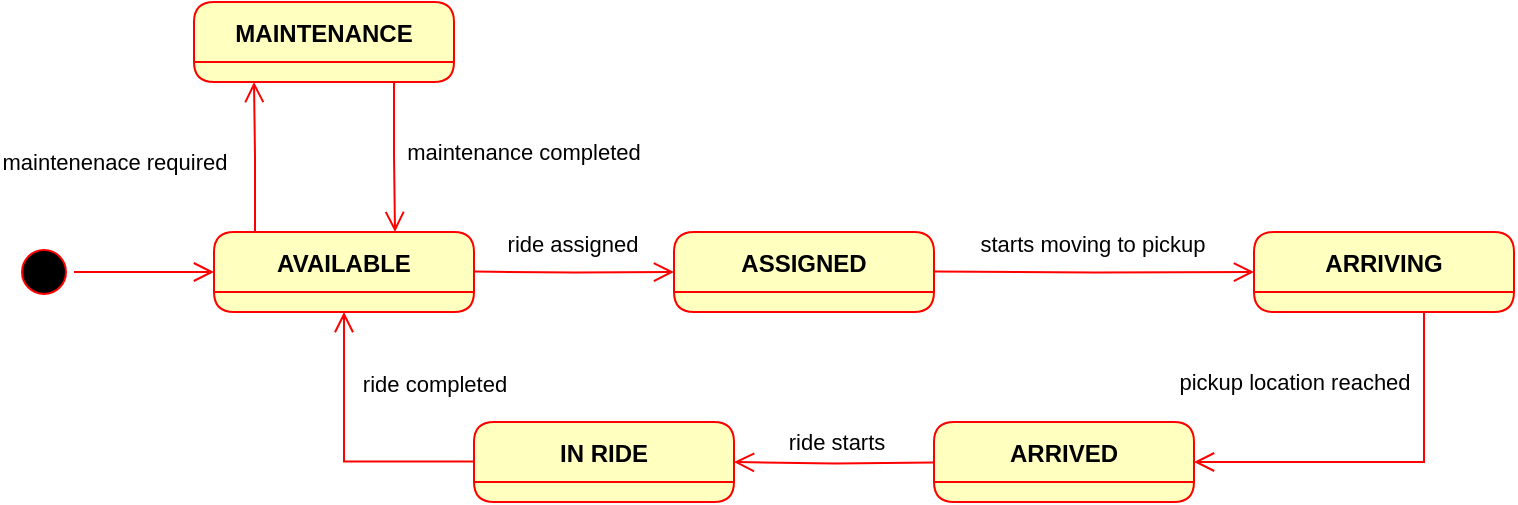
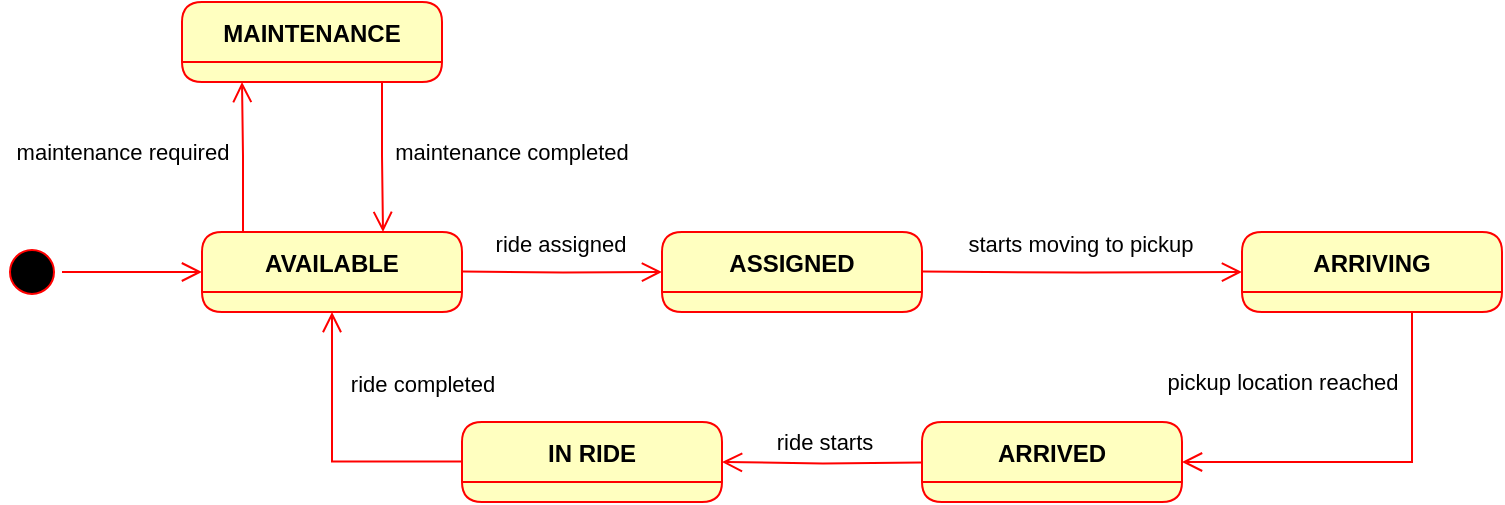
<mxfile host="app.diagrams.net">
  <diagram name="Pagina-1" id="m0ea9uvRru3Q6ZvX4jMl">
-     <mxGraphModel dx="1017" dy="776" grid="1" gridSize="10" guides="1" tooltips="1" connect="1" arrows="1" fold="1" page="1" pageScale="1" pageWidth="827" pageHeight="1169" math="0" shadow="0">
+     <mxGraphModel dx="1133" dy="510" grid="1" gridSize="10" guides="1" tooltips="1" connect="1" arrows="1" fold="1" page="1" pageScale="1" pageWidth="827" pageHeight="1169" math="0" shadow="0">
      <root>
        <mxCell id="0" />
        <mxCell id="1" parent="0" />
        <mxCell id="bNL_Pn7j6eNi4Ta2vI4A-1" parent="1" style="ellipse;html=1;shape=startState;fillColor=#000000;strokeColor=#ff0000;" value="" vertex="1">
          <mxGeometry height="30" width="30" x="70" y="160" as="geometry" />
        </mxCell>
        <mxCell id="bNL_Pn7j6eNi4Ta2vI4A-2" edge="1" parent="1" source="bNL_Pn7j6eNi4Ta2vI4A-1" style="edgeStyle=orthogonalEdgeStyle;html=1;verticalAlign=bottom;endArrow=open;endSize=8;strokeColor=#ff0000;rounded=0;" value="">
          <mxGeometry relative="1" as="geometry">
            <mxPoint x="170" y="175" as="targetPoint" />
          </mxGeometry>
        </mxCell>
        <mxCell id="bNL_Pn7j6eNi4Ta2vI4A-3" parent="1" style="swimlane;fontStyle=1;align=center;verticalAlign=middle;childLayout=stackLayout;horizontal=1;startSize=30;horizontalStack=0;resizeParent=0;resizeLast=1;container=0;fontColor=#000000;collapsible=0;rounded=1;arcSize=30;strokeColor=#ff0000;fillColor=#ffffc0;swimlaneFillColor=#ffffc0;dropTarget=0;" value="AVAILABLE" vertex="1">
          <mxGeometry height="40" width="130" x="170" y="155" as="geometry" />
        </mxCell>
        <mxCell id="bNL_Pn7j6eNi4Ta2vI4A-6" edge="1" parent="1" style="edgeStyle=orthogonalEdgeStyle;html=1;verticalAlign=bottom;endArrow=open;endSize=8;strokeColor=#ff0000;rounded=0;entryX=0;entryY=0.5;entryDx=0;entryDy=0;" target="bNL_Pn7j6eNi4Ta2vI4A-7" value="">
          <mxGeometry relative="1" as="geometry">
            <mxPoint x="300" y="174.8" as="sourcePoint" />
            <mxPoint x="370" y="174.8" as="targetPoint" />
          </mxGeometry>
        </mxCell>
        <mxCell id="bNL_Pn7j6eNi4Ta2vI4A-8" connectable="0" parent="bNL_Pn7j6eNi4Ta2vI4A-6" style="edgeLabel;html=1;align=center;verticalAlign=middle;resizable=0;points=[];" value="ride assigned" vertex="1">
          <mxGeometry relative="1" x="-0.0226" y="2" as="geometry">
            <mxPoint y="-13" as="offset" />
          </mxGeometry>
        </mxCell>
        <mxCell id="bNL_Pn7j6eNi4Ta2vI4A-7" parent="1" style="swimlane;fontStyle=1;align=center;verticalAlign=middle;childLayout=stackLayout;horizontal=1;startSize=30;horizontalStack=0;resizeParent=0;resizeLast=1;container=0;fontColor=#000000;collapsible=0;rounded=1;arcSize=30;strokeColor=#ff0000;fillColor=#ffffc0;swimlaneFillColor=#ffffc0;dropTarget=0;" value="ASSIGNED" vertex="1">
          <mxGeometry height="40" width="130" x="400" y="155" as="geometry" />
        </mxCell>
        <mxCell id="bNL_Pn7j6eNi4Ta2vI4A-15" edge="1" parent="1" style="edgeStyle=orthogonalEdgeStyle;html=1;verticalAlign=bottom;endArrow=open;endSize=8;strokeColor=#ff0000;rounded=0;exitX=0.25;exitY=1;exitDx=0;exitDy=0;" value="">
          <mxGeometry relative="1" as="geometry">
            <Array as="points">
              <mxPoint x="260.5" y="117" />
            </Array>
            <mxPoint x="260" y="80" as="sourcePoint" />
            <mxPoint x="260.5" y="155" as="targetPoint" />
          </mxGeometry>
        </mxCell>
        <mxCell id="bNL_Pn7j6eNi4Ta2vI4A-17" parent="1" style="swimlane;fontStyle=1;align=center;verticalAlign=middle;childLayout=stackLayout;horizontal=1;startSize=30;horizontalStack=0;resizeParent=0;resizeLast=1;container=0;fontColor=#000000;collapsible=0;rounded=1;arcSize=30;strokeColor=#ff0000;fillColor=#ffffc0;swimlaneFillColor=#ffffc0;dropTarget=0;" value="MAINTENANCE" vertex="1">
          <mxGeometry height="40" width="130" x="160" y="40" as="geometry" />
        </mxCell>
        <mxCell id="bNL_Pn7j6eNi4Ta2vI4A-18" edge="1" parent="1" style="edgeStyle=orthogonalEdgeStyle;html=1;verticalAlign=bottom;endArrow=open;endSize=8;strokeColor=#ff0000;rounded=0;exitX=0.25;exitY=1;exitDx=0;exitDy=0;" value="">
          <mxGeometry relative="1" as="geometry">
            <Array as="points">
              <mxPoint x="190.5" y="117" />
            </Array>
            <mxPoint x="190.5" y="155" as="sourcePoint" />
            <mxPoint x="190" y="80" as="targetPoint" />
          </mxGeometry>
        </mxCell>
-         <mxCell id="bNL_Pn7j6eNi4Ta2vI4A-19" connectable="0" parent="bNL_Pn7j6eNi4Ta2vI4A-18" style="edgeLabel;html=1;align=center;verticalAlign=middle;resizable=0;points=[];" value="maintenenace required" vertex="1">
+         <mxCell id="bNL_Pn7j6eNi4Ta2vI4A-19" connectable="0" parent="bNL_Pn7j6eNi4Ta2vI4A-18" style="edgeLabel;html=1;align=center;verticalAlign=middle;resizable=0;points=[];" value="maintenance required" vertex="1">
          <mxGeometry relative="1" x="-0.0226" y="2" as="geometry">
-             <mxPoint x="-69" y="2" as="offset" />
+             <mxPoint x="-59" y="-3" as="offset" />
          </mxGeometry>
        </mxCell>
        <mxCell id="bNL_Pn7j6eNi4Ta2vI4A-20" parent="1" style="text;html=1;whiteSpace=wrap;strokeColor=none;fillColor=none;align=center;verticalAlign=middle;rounded=0;" value="&lt;font style=&quot;font-size: 11px;&quot;&gt;maintenance completed&lt;/font&gt;" vertex="1">
          <mxGeometry height="30" width="150" x="250" y="100" as="geometry" />
        </mxCell>
        <mxCell id="bNL_Pn7j6eNi4Ta2vI4A-21" edge="1" parent="1" style="edgeStyle=orthogonalEdgeStyle;html=1;verticalAlign=bottom;endArrow=open;endSize=8;strokeColor=#ff0000;rounded=0;entryX=0;entryY=0.5;entryDx=0;entryDy=0;" target="bNL_Pn7j6eNi4Ta2vI4A-23" value="">
          <mxGeometry relative="1" as="geometry">
            <mxPoint x="530" y="174.8" as="sourcePoint" />
            <mxPoint x="600" y="174.8" as="targetPoint" />
          </mxGeometry>
        </mxCell>
        <mxCell id="bNL_Pn7j6eNi4Ta2vI4A-22" connectable="0" parent="bNL_Pn7j6eNi4Ta2vI4A-21" style="edgeLabel;html=1;align=center;verticalAlign=middle;resizable=0;points=[];" value="starts moving to pickup" vertex="1">
          <mxGeometry relative="1" x="-0.0226" y="2" as="geometry">
            <mxPoint y="-13" as="offset" />
          </mxGeometry>
        </mxCell>
        <mxCell id="bNL_Pn7j6eNi4Ta2vI4A-23" parent="1" style="swimlane;fontStyle=1;align=center;verticalAlign=middle;childLayout=stackLayout;horizontal=1;startSize=30;horizontalStack=0;resizeParent=0;resizeLast=1;container=0;fontColor=#000000;collapsible=0;rounded=1;arcSize=30;strokeColor=#ff0000;fillColor=#ffffc0;swimlaneFillColor=#ffffc0;dropTarget=0;" value="ARRIVING" vertex="1">
          <mxGeometry height="40" width="130" x="690" y="155" as="geometry" />
        </mxCell>
        <mxCell id="bNL_Pn7j6eNi4Ta2vI4A-24" edge="1" parent="1" style="edgeStyle=orthogonalEdgeStyle;html=1;verticalAlign=bottom;endArrow=open;endSize=8;strokeColor=#ff0000;rounded=0;exitX=0.5;exitY=1;exitDx=0;exitDy=0;entryX=1;entryY=0.5;entryDx=0;entryDy=0;" target="bNL_Pn7j6eNi4Ta2vI4A-26" value="">
          <mxGeometry relative="1" as="geometry">
            <Array as="points">
              <mxPoint x="775" y="270" />
            </Array>
            <mxPoint x="775" y="195" as="sourcePoint" />
            <mxPoint x="670" y="270" as="targetPoint" />
          </mxGeometry>
        </mxCell>
        <mxCell id="bNL_Pn7j6eNi4Ta2vI4A-25" connectable="0" parent="bNL_Pn7j6eNi4Ta2vI4A-24" style="edgeLabel;html=1;align=center;verticalAlign=middle;resizable=0;points=[];" value="pickup location reached" vertex="1">
          <mxGeometry relative="1" x="-0.0226" y="2" as="geometry">
            <mxPoint x="-47" y="-42" as="offset" />
          </mxGeometry>
        </mxCell>
        <mxCell id="bNL_Pn7j6eNi4Ta2vI4A-26" parent="1" style="swimlane;fontStyle=1;align=center;verticalAlign=middle;childLayout=stackLayout;horizontal=1;startSize=30;horizontalStack=0;resizeParent=0;resizeLast=1;container=0;fontColor=#000000;collapsible=0;rounded=1;arcSize=30;strokeColor=#ff0000;fillColor=#ffffc0;swimlaneFillColor=#ffffc0;dropTarget=0;" value="ARRIVED" vertex="1">
          <mxGeometry height="40" width="130" x="530" y="250" as="geometry" />
        </mxCell>
        <mxCell id="bNL_Pn7j6eNi4Ta2vI4A-27" parent="1" style="swimlane;fontStyle=1;align=center;verticalAlign=middle;childLayout=stackLayout;horizontal=1;startSize=30;horizontalStack=0;resizeParent=0;resizeLast=1;container=0;fontColor=#000000;collapsible=0;rounded=1;arcSize=30;strokeColor=#ff0000;fillColor=#ffffc0;swimlaneFillColor=#ffffc0;dropTarget=0;" value="IN RIDE" vertex="1">
          <mxGeometry height="40" width="130" x="300" y="250" as="geometry" />
        </mxCell>
        <mxCell id="bNL_Pn7j6eNi4Ta2vI4A-28" edge="1" parent="1" style="edgeStyle=orthogonalEdgeStyle;html=1;verticalAlign=bottom;endArrow=open;endSize=8;strokeColor=#ff0000;rounded=0;entryX=0;entryY=0.5;entryDx=0;entryDy=0;" value="">
          <mxGeometry relative="1" as="geometry">
            <mxPoint x="530" y="270.2" as="sourcePoint" />
            <mxPoint x="430" y="270" as="targetPoint" />
          </mxGeometry>
        </mxCell>
        <mxCell id="bNL_Pn7j6eNi4Ta2vI4A-29" connectable="0" parent="bNL_Pn7j6eNi4Ta2vI4A-28" style="edgeLabel;html=1;align=center;verticalAlign=middle;resizable=0;points=[];" value="ride starts" vertex="1">
          <mxGeometry relative="1" x="-0.0226" y="2" as="geometry">
            <mxPoint y="-13" as="offset" />
          </mxGeometry>
        </mxCell>
        <mxCell id="bNL_Pn7j6eNi4Ta2vI4A-30" edge="1" parent="1" style="edgeStyle=orthogonalEdgeStyle;html=1;verticalAlign=bottom;endArrow=open;endSize=8;strokeColor=#ff0000;rounded=0;entryX=0.5;entryY=1;entryDx=0;entryDy=0;" target="bNL_Pn7j6eNi4Ta2vI4A-3" value="">
          <mxGeometry relative="1" as="geometry">
            <Array as="points">
              <mxPoint x="235" y="270" />
            </Array>
            <mxPoint x="300" y="269.78" as="sourcePoint" />
            <mxPoint x="200" y="269.58" as="targetPoint" />
          </mxGeometry>
        </mxCell>
        <mxCell id="bNL_Pn7j6eNi4Ta2vI4A-31" connectable="0" parent="bNL_Pn7j6eNi4Ta2vI4A-30" style="edgeLabel;html=1;align=center;verticalAlign=middle;resizable=0;points=[];" value="ride completed" vertex="1">
          <mxGeometry relative="1" x="-0.0226" y="2" as="geometry">
            <mxPoint x="47" y="-36" as="offset" />
          </mxGeometry>
        </mxCell>
      </root>
    </mxGraphModel>
  </diagram>
</mxfile>
